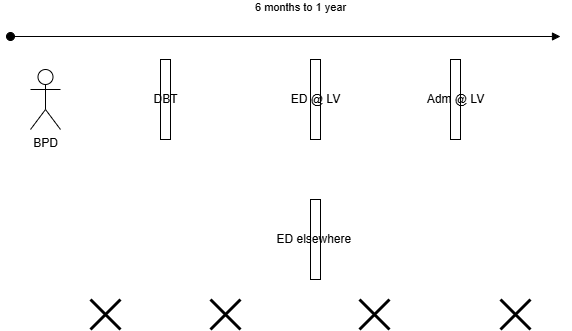
Earlier version of the draw.io export Untitled Diagram.drawio.png (gbarbalat/DBT-ED). Source tidied: cells renumbered, new cells last; positions are measured from the earlier drawing's top-left corner, leaving out a move shared by most shapes. Source of this version:
```xml
<mxGraphModel>
  <root>
    <mxCell id="0" />
    <mxCell id="1" parent="0" />
    <mxCell id="2" value="ED @ LV" style="html=1;points=[[0,0,0,0,5],[0,1,0,0,-5],[1,0,0,0,5],[1,1,0,0,-5]];perimeter=orthogonalPerimeter;outlineConnect=0;targetShapes=umlLifeline;portConstraint=eastwest;newEdgeStyle={&quot;curved&quot;:0,&quot;rounded&quot;:0};" parent="1" vertex="1">
      <mxGeometry x="300" y="23" width="10" height="80" as="geometry" />
    </mxCell>
    <mxCell id="3" value="BPD" style="shape=umlActor;verticalLabelPosition=bottom;verticalAlign=top;html=1;" parent="1" vertex="1">
      <mxGeometry x="20" y="33" width="30" height="60" as="geometry" />
    </mxCell>
    <mxCell id="4" value="Adm @ LV" style="html=1;points=[[0,0,0,0,5],[0,1,0,0,-5],[1,0,0,0,5],[1,1,0,0,-5]];perimeter=orthogonalPerimeter;outlineConnect=0;targetShapes=umlLifeline;portConstraint=eastwest;newEdgeStyle={&quot;curved&quot;:0,&quot;rounded&quot;:0};" parent="1" vertex="1">
      <mxGeometry x="440" y="23" width="10" height="80" as="geometry" />
    </mxCell>
    <mxCell id="5" value="ED elsewhere&amp;nbsp;" style="html=1;points=[[0,0,0,0,5],[0,1,0,0,-5],[1,0,0,0,5],[1,1,0,0,-5]];perimeter=orthogonalPerimeter;outlineConnect=0;targetShapes=umlLifeline;portConstraint=eastwest;newEdgeStyle={&quot;curved&quot;:0,&quot;rounded&quot;:0};" parent="1" vertex="1">
      <mxGeometry x="300" y="163" width="10" height="80" as="geometry" />
    </mxCell>
    <mxCell id="6" value="DBT" style="html=1;perimeter=orthogonalPerimeter;targetShapes=umlLifeline;newEdgeStyle={&quot;curved&quot;:0,&quot;rounded&quot;:0};" parent="1" vertex="1">
      <mxGeometry x="150" y="23" width="10" height="80" as="geometry" />
    </mxCell>
    <mxCell id="7" style="shape=umlDestroy;whiteSpace=wrap;html=1;strokeWidth=3;targetShapes=umlLifeline;" parent="1" vertex="1">
      <mxGeometry x="349" y="263" width="30" height="30" as="geometry" />
    </mxCell>
    <mxCell id="8" style="shape=umlDestroy;whiteSpace=wrap;html=1;strokeWidth=3;targetShapes=umlLifeline;" parent="1" vertex="1">
      <mxGeometry x="200" y="263" width="30" height="30" as="geometry" />
    </mxCell>
    <mxCell id="9" style="shape=umlDestroy;whiteSpace=wrap;html=1;strokeWidth=3;targetShapes=umlLifeline;" parent="1" vertex="1">
      <mxGeometry x="80" y="263" width="30" height="30" as="geometry" />
    </mxCell>
    <mxCell id="10" value="6 months to 1 year" style="html=1;verticalAlign=bottom;startArrow=oval;startFill=1;endArrow=block;startSize=8;curved=0;rounded=0;" parent="1" edge="1">
      <mxGeometry x="0.05" y="20" relative="1" as="geometry">
        <mxPoint as="sourcePoint" />
        <mxPoint x="550" as="targetPoint" />
      </mxGeometry>
    </mxCell>
    <mxCell id="11" style="shape=umlDestroy;whiteSpace=wrap;html=1;strokeWidth=3;targetShapes=umlLifeline;" parent="1" vertex="1">
      <mxGeometry x="490" y="263" width="30" height="30" as="geometry" />
    </mxCell>
  </root>
</mxGraphModel>
```
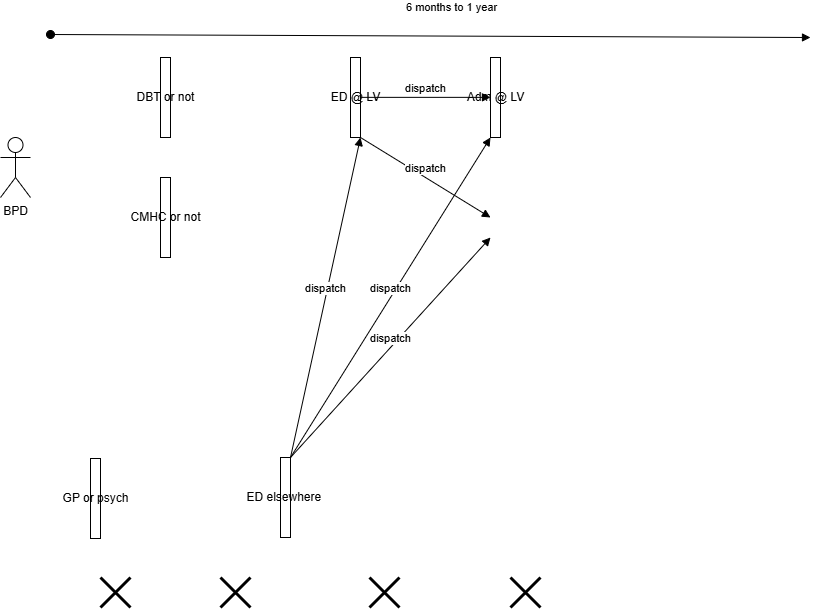
After the commit.

Diff of the diagram source:
```diff
@@ -6,34 +6,61 @@
       <mxGeometry x="300" y="23" width="10" height="80" as="geometry" />
     </mxCell>
     <mxCell id="3" value="BPD" style="shape=umlActor;verticalLabelPosition=bottom;verticalAlign=top;html=1;" parent="1" vertex="1">
-      <mxGeometry x="20" y="33" width="30" height="60" as="geometry" />
+      <mxGeometry x="-50" y="103" width="30" height="60" as="geometry" />
     </mxCell>
     <mxCell id="4" value="Adm @ LV" style="html=1;points=[[0,0,0,0,5],[0,1,0,0,-5],[1,0,0,0,5],[1,1,0,0,-5]];perimeter=orthogonalPerimeter;outlineConnect=0;targetShapes=umlLifeline;portConstraint=eastwest;newEdgeStyle={&quot;curved&quot;:0,&quot;rounded&quot;:0};" parent="1" vertex="1">
       <mxGeometry x="440" y="23" width="10" height="80" as="geometry" />
     </mxCell>
     <mxCell id="5" value="ED elsewhere&amp;nbsp;" style="html=1;points=[[0,0,0,0,5],[0,1,0,0,-5],[1,0,0,0,5],[1,1,0,0,-5]];perimeter=orthogonalPerimeter;outlineConnect=0;targetShapes=umlLifeline;portConstraint=eastwest;newEdgeStyle={&quot;curved&quot;:0,&quot;rounded&quot;:0};" parent="1" vertex="1">
-      <mxGeometry x="300" y="163" width="10" height="80" as="geometry" />
+      <mxGeometry x="230" y="423" width="10" height="80" as="geometry" />
     </mxCell>
-    <mxCell id="6" value="DBT" style="html=1;perimeter=orthogonalPerimeter;targetShapes=umlLifeline;newEdgeStyle={&quot;curved&quot;:0,&quot;rounded&quot;:0};" parent="1" vertex="1">
-      <mxGeometry x="150" y="23" width="10" height="80" as="geometry" />
+    <mxCell id="6" value="DBT or not" style="html=1;perimeter=orthogonalPerimeter;targetShapes=umlLifeline;newEdgeStyle={&quot;curved&quot;:0,&quot;rounded&quot;:0};" parent="1" vertex="1">
+      <mxGeometry x="110" y="23" width="10" height="80" as="geometry" />
     </mxCell>
     <mxCell id="7" style="shape=umlDestroy;whiteSpace=wrap;html=1;strokeWidth=3;targetShapes=umlLifeline;" parent="1" vertex="1">
-      <mxGeometry x="349" y="263" width="30" height="30" as="geometry" />
+      <mxGeometry x="319" y="543" width="30" height="30" as="geometry" />
     </mxCell>
     <mxCell id="8" style="shape=umlDestroy;whiteSpace=wrap;html=1;strokeWidth=3;targetShapes=umlLifeline;" parent="1" vertex="1">
-      <mxGeometry x="200" y="263" width="30" height="30" as="geometry" />
+      <mxGeometry x="170" y="543" width="30" height="30" as="geometry" />
     </mxCell>
     <mxCell id="9" style="shape=umlDestroy;whiteSpace=wrap;html=1;strokeWidth=3;targetShapes=umlLifeline;" parent="1" vertex="1">
-      <mxGeometry x="80" y="263" width="30" height="30" as="geometry" />
+      <mxGeometry x="50" y="543" width="30" height="30" as="geometry" />
     </mxCell>
     <mxCell id="10" value="6 months to 1 year" style="html=1;verticalAlign=bottom;startArrow=oval;startFill=1;endArrow=block;startSize=8;curved=0;rounded=0;" parent="1" edge="1">
       <mxGeometry x="0.05" y="20" relative="1" as="geometry">
         <mxPoint as="sourcePoint" />
-        <mxPoint x="550" as="targetPoint" />
+        <mxPoint x="760" y="3" as="targetPoint" />
       </mxGeometry>
     </mxCell>
     <mxCell id="11" style="shape=umlDestroy;whiteSpace=wrap;html=1;strokeWidth=3;targetShapes=umlLifeline;" parent="1" vertex="1">
-      <mxGeometry x="490" y="263" width="30" height="30" as="geometry" />
+      <mxGeometry x="460" y="543" width="30" height="30" as="geometry" />
     </mxCell>
+    <mxCell id="12" value="dispatch" style="html=1;verticalAlign=bottom;endArrow=block;curved=0;rounded=0;" parent="1" edge="1" source="5" target="4">
+      <mxGeometry relative="1" as="geometry" />
+    </mxCell>
+    <mxCell id="13" value="dispatch" style="html=1;verticalAlign=bottom;endArrow=block;curved=0;rounded=0;" parent="1" edge="1" source="5">
+      <mxGeometry relative="1" as="geometry">
+        <mxPoint x="440" y="203" as="targetPoint" />
+      </mxGeometry>
+    </mxCell>
+    <mxCell id="14" value="dispatch" style="html=1;verticalAlign=bottom;endArrow=block;curved=0;rounded=0;entryX=1;entryY=1;entryDx=0;entryDy=0;entryPerimeter=0;" parent="1" edge="1" source="5" target="2">
+      <mxGeometry relative="1" as="geometry" />
+    </mxCell>
+    <mxCell id="15" value="dispatch" style="html=1;verticalAlign=bottom;endArrow=block;curved=0;rounded=0;" parent="1" edge="1" target="4">
+      <mxGeometry relative="1" as="geometry">
+        <mxPoint x="310" y="62.9" as="sourcePoint" />
+      </mxGeometry>
+    </mxCell>
+    <mxCell id="16" value="CMHC or not" style="html=1;perimeter=orthogonalPerimeter;targetShapes=umlLifeline;newEdgeStyle={&quot;curved&quot;:0,&quot;rounded&quot;:0};" parent="1" vertex="1">
+      <mxGeometry x="110" y="143" width="10" height="80" as="geometry" />
+    </mxCell>
+    <mxCell id="17" value="GP or psych" style="html=1;perimeter=orthogonalPerimeter;targetShapes=umlLifeline;newEdgeStyle={&quot;curved&quot;:0,&quot;rounded&quot;:0};" parent="1" vertex="1">
+      <mxGeometry x="40" y="424" width="10" height="80" as="geometry" />
+    </mxCell>
+    <mxCell id="18" value="dispatch" style="html=1;verticalAlign=bottom;endArrow=block;curved=0;rounded=0;" parent="1" edge="1" source="2">
+      <mxGeometry relative="1" as="geometry">
+        <mxPoint x="440" y="183" as="targetPoint" />
+      </mxGeometry>
+    </mxCell>
   </root>
 </mxGraphModel>
```
